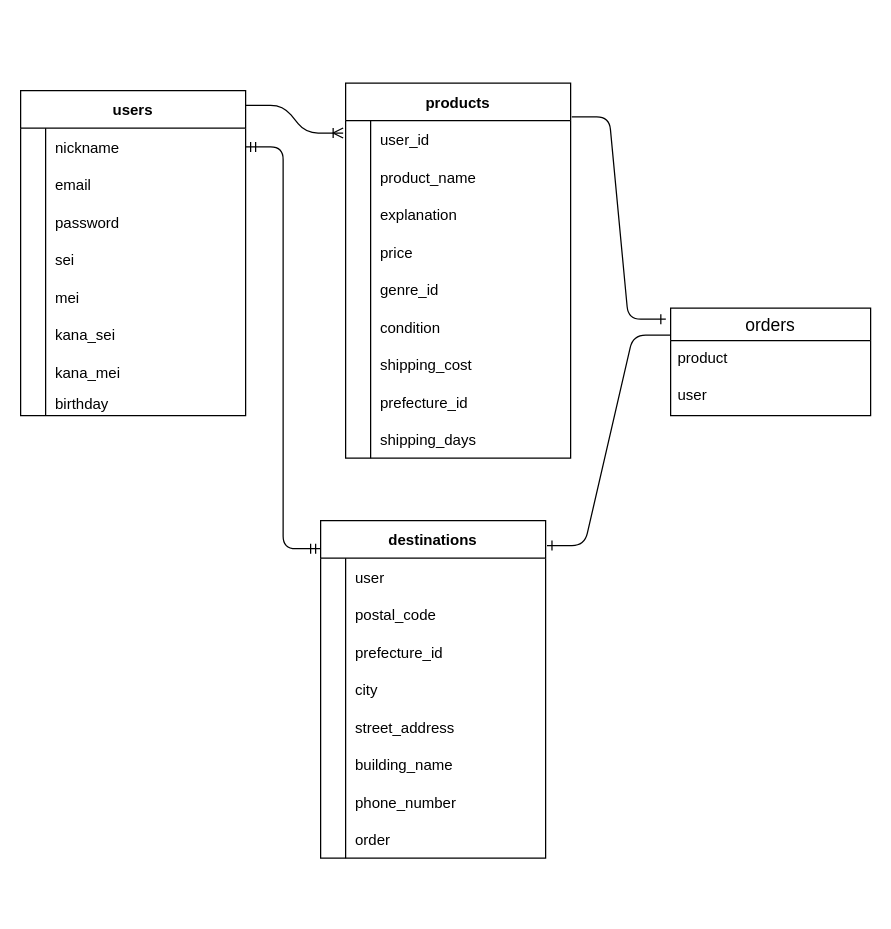
Before: furima.dio in hanacat299/furima-40354, a draw.io diagram. Source tidied: cells renumbered, new cells numbered last; positions are measured from the earlier drawing's top-left corner, leaving out a move shared by most shapes. Both pictures are drawn from the tidied source at 125%, with x=0, y=0 at pixel (20, 82).
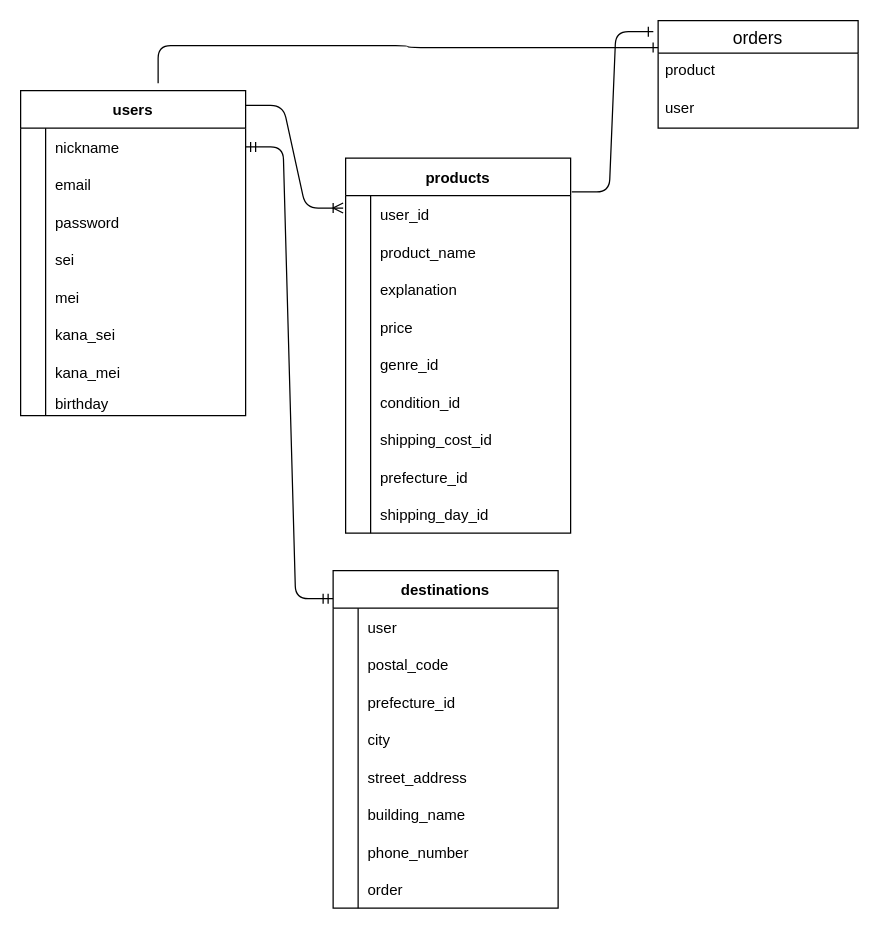
The same diagram, later.

Commit message (it also covers changes not shown here):
DB設計の修正：3回目

Unchanged cells that the change refers to:
```xml
<mxCell id="43" style="shape=tableRow;horizontal=0;startSize=0;swimlaneHead=0;swimlaneBody=0;fillColor=none;top=0;left=0;right=0;bottom=0;" parent="27" vertex="1">
  <mxGeometry y="180" width="180" height="30" as="geometry" />
</mxCell>
<mxCell id="46" style="shape=tableRow;horizontal=0;startSize=0;swimlaneHead=0;swimlaneBody=0;fillColor=none;top=0;left=0;right=0;bottom=0;" parent="27" vertex="1">
  <mxGeometry y="210" width="180" height="30" as="geometry" />
</mxCell>
<mxCell id="52" style="shape=tableRow;horizontal=0;startSize=0;swimlaneHead=0;swimlaneBody=0;fillColor=none;top=0;left=0;right=0;bottom=0;" parent="27" vertex="1">
  <mxGeometry y="270" width="180" height="30" as="geometry" />
</mxCell>
```

Change to the diagram source:
```diff
@@
     <mxCell id="27" value="products" style="shape=table;startSize=30;childLayout=tableLayout;rowLines=0;fontStyle=1;align=center;" parent="1" vertex="1">
-      <mxGeometry x="260" width="180" height="300" as="geometry" />
+      <mxGeometry x="260" y="60" width="180" height="300" as="geometry" />
     </mxCell>
@@
-    <mxCell id="45" value="condition" style="shape=partialRectangle;fillColor=none;top=0;left=0;bottom=0;right=0;align=left;spacingLeft=6;overflow=hidden;" parent="43" vertex="1">
+    <mxCell id="45" value="condition_id" style="shape=partialRectangle;fillColor=none;top=0;left=0;bottom=0;right=0;align=left;spacingLeft=6;overflow=hidden;" parent="43" vertex="1">
       <mxGeometry x="20" width="160" height="30" as="geometry" />
     </mxCell>
@@
-    <mxCell id="48" value="shipping_cost" style="shape=partialRectangle;fillColor=none;top=0;left=0;bottom=0;right=0;align=left;spacingLeft=6;overflow=hidden;" parent="46" vertex="1">
+    <mxCell id="48" value="shipping_cost_id" style="shape=partialRectangle;fillColor=none;top=0;left=0;bottom=0;right=0;align=left;spacingLeft=6;overflow=hidden;" parent="46" vertex="1">
       <mxGeometry x="20" width="160" height="30" as="geometry" />
     </mxCell>
@@
-    <mxCell id="54" value="shipping_days" style="shape=partialRectangle;fillColor=none;top=0;left=0;bottom=0;right=0;align=left;spacingLeft=6;overflow=hidden;" parent="52" vertex="1">
+    <mxCell id="54" value="shipping_day_id" style="shape=partialRectangle;fillColor=none;top=0;left=0;bottom=0;right=0;align=left;spacingLeft=6;overflow=hidden;" parent="52" vertex="1">
       <mxGeometry x="20" width="160" height="30" as="geometry" />
     </mxCell>
     <mxCell id="55" value="destinations" style="shape=table;startSize=30;childLayout=tableLayout;rowLines=0;fontStyle=1;align=center;" parent="1" vertex="1">
-      <mxGeometry x="240" y="350" width="180" height="270" as="geometry" />
+      <mxGeometry x="250" y="390" width="180" height="270" as="geometry" />
     </mxCell>
@@
     <mxCell id="82" value="orders" style="swimlane;fontStyle=0;horizontal=1;startSize=26;align=center;fontSize=14;" parent="1" vertex="1">
-      <mxGeometry x="520" y="180" width="160" height="86" as="geometry" />
+      <mxGeometry x="510" y="-50" width="160" height="86" as="geometry" />
     </mxCell>
@@
-    <mxCell id="86" style="edgeStyle=entityRelationEdgeStyle;fontSize=12;html=1;endArrow=ERone;endFill=1;entryX=1.006;entryY=0.074;entryDx=0;entryDy=0;entryPerimeter=0;exitX=0;exitY=0.25;exitDx=0;exitDy=0;" parent="1" edge="1" source="82" target="55">
-      <mxGeometry relative="1" as="geometry" />
-    </mxCell>
+    <mxCell id="87" style="fontSize=12;html=1;endArrow=ERone;endFill=1;entryX=0;entryY=0.25;entryDx=0;entryDy=0;edgeStyle=orthogonalEdgeStyle;" parent="1" edge="1" target="82">
+      <mxGeometry relative="1" as="geometry">
+        <mxPoint x="110" as="sourcePoint" />
+        <Array as="points">
+          <mxPoint x="110" y="-30" />
+          <mxPoint x="310" y="-30" />
+          <mxPoint x="310" y="-28" />
+        </Array>
+      </mxGeometry>
+    </mxCell>
```
